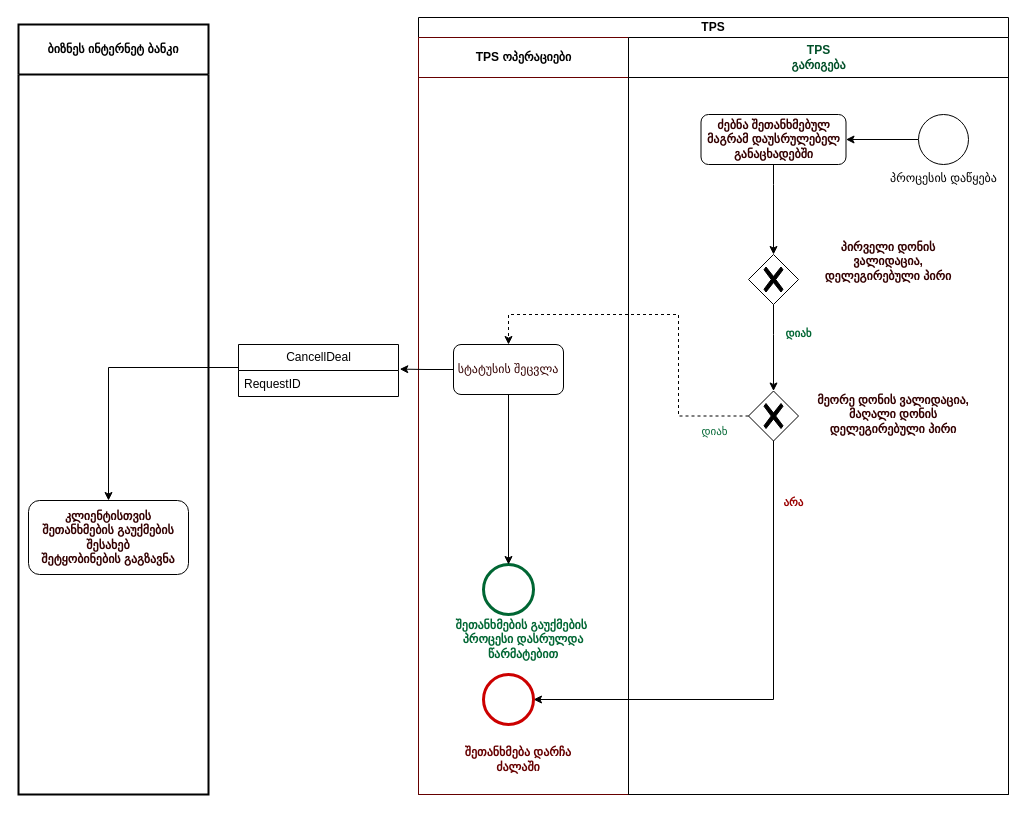
This is page "შეთანხმების გაუქმება IB" (3 of 4) of RateDealProcessDiagramB7.drawio from vaso514d/drawio, a draw.io file, before an edit. Source tidied: cells renumbered, new cells numbered last; positions are measured from the earlier drawing's top-left corner, leaving out a move shared by most shapes. Both pictures are drawn from the tidied source at 100%, with x=0, y=0 at pixel (18, 17).
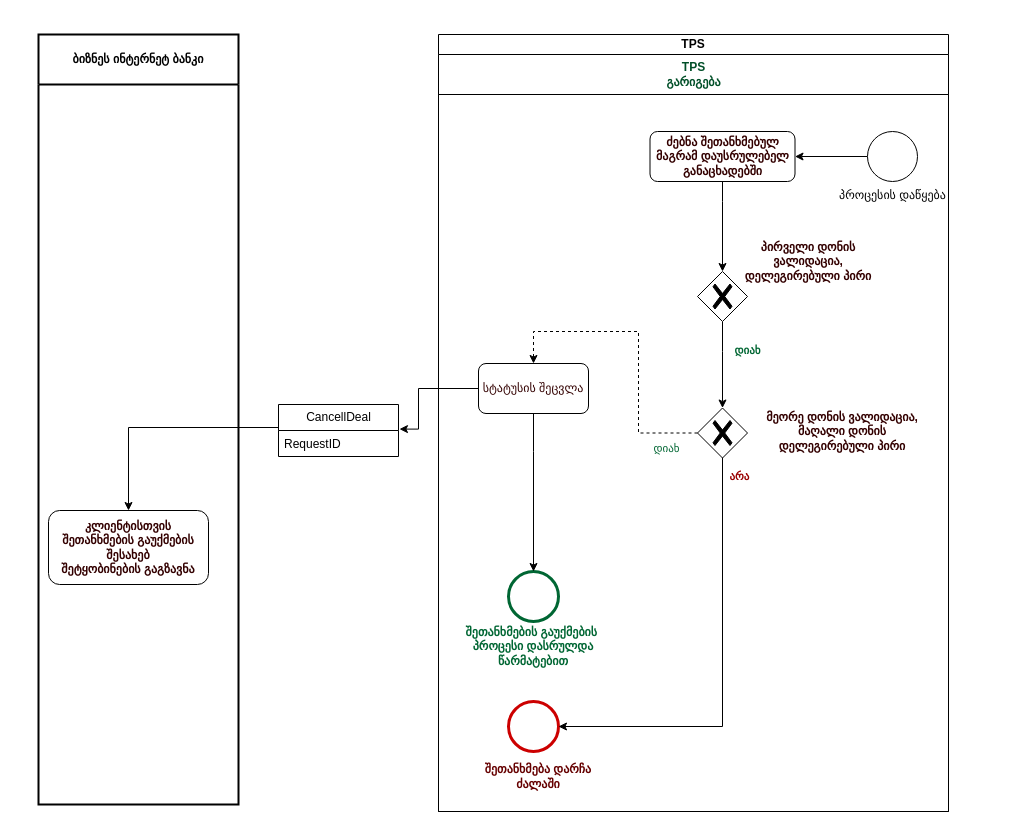
After the change.

The change refers to these unchanged cells:
```xml
<mxCell id="3" value="&lt;b style=&quot;border-color: var(--border-color);&quot;&gt;კლიენტისთვის&lt;br&gt;შეთანხმების გაუქმების&lt;br&gt;შესახებ&lt;br&gt;შეტყობინების გაგზავნა&lt;br&gt;&lt;/b&gt;" style="rounded=1;whiteSpace=wrap;html=1;labelBackgroundColor=none;fontColor=#330000;" parent="2" vertex="1">
  <mxGeometry x="10" y="476" width="160" height="74" as="geometry" />
</mxCell>
```

Change to the diagram source:
```diff
@@
     <mxCell id="2" value="&lt;b&gt;ბიზნეს ინტერნეტ ბანკი&lt;/b&gt;" style="swimlane;html=1;startSize=50;fontStyle=0;horizontal=1;swimlaneLine=1;strokeWidth=2;swimlaneFillColor=#ffffff;whiteSpace=wrap;" parent="1" vertex="1">
-      <mxGeometry y="7" width="190" height="770" as="geometry" />
+      <mxGeometry x="20" y="17" width="200" height="770" as="geometry" />
     </mxCell>
@@
     <mxCell id="4" value="TPS" style="swimlane;html=1;startSize=20;whiteSpace=wrap;" parent="1" vertex="1">
-      <mxGeometry x="400" width="590" height="777" as="geometry" />
+      <mxGeometry x="420" y="17" width="510" height="777" as="geometry" />
     </mxCell>
-    <mxCell id="5" style="edgeStyle=orthogonalEdgeStyle;rounded=0;jettySize=auto;html=1;startArrow=none;startFill=0;entryX=1;entryY=0.5;entryDx=0;entryDy=0;entryPerimeter=0;exitX=0.5;exitY=1;exitDx=0;exitDy=0;exitPerimeter=0;" parent="4" edge="1" source="15" target="8">
-      <mxGeometry relative="1" as="geometry">
-        <Array as="points">
-          <mxPoint x="355" y="682" />
-        </Array>
-      </mxGeometry>
-    </mxCell>
-    <mxCell id="6" value="არა" style="edgeLabel;html=1;align=center;verticalAlign=middle;fontColor=#990000;fontStyle=1;" parent="5" vertex="1">
-      <mxGeometry x="-0.7" y="1" relative="1" as="geometry">
-        <mxPoint x="18" y="-14" as="offset" />
-      </mxGeometry>
-    </mxCell>
-    <mxCell id="7" value="TPS ოპერაციები" style="swimlane;html=1;startSize=40;perimeterSpacing=1;strokeColor=#660000;" parent="4" vertex="1">
-      <mxGeometry y="20" width="210" height="757" as="geometry" />
-    </mxCell>
-    <mxCell id="8" style="points=[[0.145,0.145,0],[0.5,0,0],[0.855,0.145,0],[1,0.5,0],[0.855,0.855,0],[0.5,1,0],[0.145,0.855,0],[0,0.5,0]];shape=mxgraph.bpmn.event;html=1;verticalLabelPosition=bottom;labelBackgroundColor=#ffffff;verticalAlign=top;align=center;perimeter=ellipsePerimeter;outlineConnect=0;outline=end;symbol=terminate2;strokeColor=#CC0000;" parent="7" vertex="1">
-      <mxGeometry x="65" y="637" width="50" height="50" as="geometry" />
-    </mxCell>
-    <mxCell id="9" style="points=[[0.145,0.145,0],[0.5,0,0],[0.855,0.145,0],[1,0.5,0],[0.855,0.855,0],[0.5,1,0],[0.145,0.855,0],[0,0.5,0]];shape=mxgraph.bpmn.event;html=1;verticalLabelPosition=bottom;labelBackgroundColor=#ffffff;verticalAlign=top;align=center;perimeter=ellipsePerimeter;outlineConnect=0;outline=end;symbol=terminate2;fontColor=#000000;strokeColor=#006633;" parent="7" vertex="1">
-      <mxGeometry x="65" y="527" width="50" height="50" as="geometry" />
-    </mxCell>
-    <mxCell id="10" style="edgeStyle=orthogonalEdgeStyle;rounded=0;jettySize=auto;html=1;fontColor=#990000;startArrow=none;startFill=0;" parent="7" edge="1" source="11" target="9">
-      <mxGeometry relative="1" as="geometry" />
-    </mxCell>
-    <mxCell id="11" value="სტატუსის შეცვლა" style="rounded=1;whiteSpace=wrap;html=1;labelBackgroundColor=none;fontColor=#330000;fillStyle=auto;strokeWidth=1;" parent="7" vertex="1">
-      <mxGeometry x="35" y="307" width="110" height="50" as="geometry" />
-    </mxCell>
-    <mxCell id="12" value="შეთანხმების გაუქმების&amp;nbsp; პროცესი დასრულდა წარმატებით" style="text;html=1;strokeColor=none;fillColor=none;align=center;verticalAlign=middle;whiteSpace=wrap;rounded=0;fontColor=#006633;fontStyle=1;" parent="7" vertex="1">
-      <mxGeometry x="20" y="587" width="170" height="30" as="geometry" />
-    </mxCell>
-    <mxCell id="13" value="შეთანხმება დარჩა ძალაში" style="text;html=1;strokeColor=none;fillColor=none;align=center;verticalAlign=middle;whiteSpace=wrap;rounded=0;fontColor=#660000;fontStyle=1;" parent="7" vertex="1">
-      <mxGeometry x="30" y="707" width="140" height="30" as="geometry" />
-    </mxCell>
     <mxCell id="14" value="&lt;b style=&quot;border-color: var(--border-color); color: rgb(0, 79, 40);&quot;&gt;TPS&lt;br style=&quot;border-color: var(--border-color);&quot;&gt;გარიგება&lt;/b&gt;" style="swimlane;html=1;startSize=40;" parent="4" vertex="1">
-      <mxGeometry x="210" y="20" width="380" height="757" as="geometry" />
+      <mxGeometry y="20" width="510" height="757" as="geometry" />
     </mxCell>
     <mxCell id="15" style="points=[[0.25,0.25,0],[0.5,0,0],[0.75,0.25,0],[1,0.5,0],[0.75,0.75,0],[0.5,1,0],[0.25,0.75,0],[0,0.5,0]];shape=mxgraph.bpmn.gateway2;html=1;verticalLabelPosition=bottom;labelBackgroundColor=#ffffff;verticalAlign=top;align=center;perimeter=rhombusPerimeter;outlineConnect=0;outline=none;symbol=none;gwType=exclusive;" parent="14" vertex="1">
-      <mxGeometry x="120" y="353.5" width="50" height="50" as="geometry" />
+      <mxGeometry x="259" y="353.5" width="50" height="50" as="geometry" />
     </mxCell>
     <mxCell id="16" value="&lt;b&gt;ძებნა შეთანხმებულ მაგრამ დაუსრულებელ განაცხადებში&lt;/b&gt;" style="rounded=1;whiteSpace=wrap;html=1;labelBackgroundColor=none;fontColor=#330000;" parent="14" vertex="1">
-      <mxGeometry x="72.5" y="77" width="145" height="50" as="geometry" />
+      <mxGeometry x="211.5" y="77" width="145" height="50" as="geometry" />
     </mxCell>
     <mxCell id="17" value="&lt;font color=&quot;#330000&quot;&gt;მეორე დონის ვალიდაცია, მაღალი დონის&lt;br&gt;დელეგირებული პირი&lt;br&gt;&lt;/font&gt;" style="text;html=1;strokeColor=none;fillColor=none;align=center;verticalAlign=middle;whiteSpace=wrap;rounded=0;fontColor=#CC0000;fontStyle=1;" parent="14" vertex="1">
-      <mxGeometry x="180" y="350.5" width="170" height="53" as="geometry" />
+      <mxGeometry x="319" y="350.5" width="170" height="53" as="geometry" />
     </mxCell>
@@
     <mxCell id="19" value="პროცესის დაწყება" style="points=[[0.145,0.145,0],[0.5,0,0],[0.855,0.145,0],[1,0.5,0],[0.855,0.855,0],[0.5,1,0],[0.145,0.855,0],[0,0.5,0]];shape=mxgraph.bpmn.event;html=1;verticalLabelPosition=bottom;labelBackgroundColor=#ffffff;verticalAlign=top;align=center;perimeter=ellipsePerimeter;outlineConnect=0;outline=standard;symbol=general;" parent="14" vertex="1">
-      <mxGeometry x="290" y="77" width="50" height="50" as="geometry" />
+      <mxGeometry x="429" y="77" width="50" height="50" as="geometry" />
     </mxCell>
     <mxCell id="20" style="edgeStyle=elbowEdgeStyle;fontSize=12;html=1;endFill=0;startFill=1;endSize=6;startSize=6;endArrow=none;startArrow=classic;rounded=0;entryX=0.5;entryY=1;entryDx=0;entryDy=0;exitX=0.5;exitY=0;exitDx=0;exitDy=0;exitPerimeter=0;" parent="14" edge="1" source="22" target="16">
       <mxGeometry relative="1" as="geometry">
         <Array as="points">
-          <mxPoint x="145" y="147" />
-          <mxPoint x="150" y="157" />
-          <mxPoint x="90" y="130" />
-          <mxPoint x="80" y="140" />
-          <mxPoint x="100" y="160" />
-          <mxPoint x="110" y="180" />
-          <mxPoint x="110" y="140" />
-          <mxPoint x="30" y="130" />
-          <mxPoint x="10" y="130" />
-          <mxPoint x="-200" y="93" />
-          <mxPoint x="-200" y="63" />
-          <mxPoint x="-200" y="33" />
-          <mxPoint x="-210" y="3" />
-          <mxPoint x="-170" y="103" />
-          <mxPoint x="-110" y="143" />
-          <mxPoint x="-70" y="673" />
-          <mxPoint x="100" y="663" />
-          <mxPoint x="250" y="653" />
-          <mxPoint x="-340" y="583" />
-          <mxPoint x="-230" y="663" />
-          <mxPoint x="220" y="603" />
+          <mxPoint x="284" y="147" />
+          <mxPoint x="289" y="157" />
+          <mxPoint x="229" y="130" />
+          <mxPoint x="219" y="140" />
+          <mxPoint x="239" y="160" />
+          <mxPoint x="249" y="180" />
+          <mxPoint x="249" y="140" />
+          <mxPoint x="169" y="130" />
+          <mxPoint x="149" y="130" />
+          <mxPoint x="-61" y="93" />
+          <mxPoint x="-61" y="63" />
+          <mxPoint x="-61" y="33" />
+          <mxPoint x="-71" y="3" />
+          <mxPoint x="-31" y="103" />
+          <mxPoint x="29" y="143" />
+          <mxPoint x="69" y="673" />
+          <mxPoint x="239" y="663" />
+          <mxPoint x="389" y="653" />
+          <mxPoint x="-201" y="583" />
+          <mxPoint x="-91" y="663" />
+          <mxPoint x="359" y="603" />
         </Array>
       </mxGeometry>
     </mxCell>
     <mxCell id="21" value="დიახ" style="edgeStyle=orthogonalEdgeStyle;rounded=0;jettySize=auto;html=1;entryX=0.5;entryY=0;entryDx=0;entryDy=0;entryPerimeter=0;fontStyle=1;fontColor=#006633;" parent="14" edge="1" source="22" target="15">
       <mxGeometry x="-0.3" y="25" relative="1" as="geometry">
         <Array as="points">
-          <mxPoint x="145" y="297" />
-          <mxPoint x="145" y="297" />
+          <mxPoint x="284" y="297" />
+          <mxPoint x="284" y="297" />
         </Array>
         <mxPoint y="-1" as="offset" />
       </mxGeometry>
     </mxCell>
     <mxCell id="22" style="points=[[0.25,0.25,0],[0.5,0,0],[0.75,0.25,0],[1,0.5,0],[0.75,0.75,0],[0.5,1,0],[0.25,0.75,0],[0,0.5,0]];shape=mxgraph.bpmn.gateway2;html=1;verticalLabelPosition=bottom;labelBackgroundColor=#ffffff;verticalAlign=top;align=center;perimeter=rhombusPerimeter;outlineConnect=0;outline=none;symbol=none;gwType=exclusive;" parent="14" vertex="1">
-      <mxGeometry x="120" y="217" width="50" height="50" as="geometry" />
+      <mxGeometry x="259" y="217" width="50" height="50" as="geometry" />
     </mxCell>
     <mxCell id="23" value="&lt;font color=&quot;#330000&quot;&gt;პირველი დონის&lt;br&gt;ვალიდაცია, დელეგირებული პირი&lt;br&gt;&lt;/font&gt;" style="text;html=1;strokeColor=none;fillColor=none;align=center;verticalAlign=middle;whiteSpace=wrap;rounded=0;fontColor=#CC0000;fontStyle=1;" parent="14" vertex="1">
-      <mxGeometry x="180" y="197" width="160" height="53" as="geometry" />
+      <mxGeometry x="290" y="180" width="160" height="53" as="geometry" />
     </mxCell>
+    <mxCell id="8" style="points=[[0.145,0.145,0],[0.5,0,0],[0.855,0.145,0],[1,0.5,0],[0.855,0.855,0],[0.5,1,0],[0.145,0.855,0],[0,0.5,0]];shape=mxgraph.bpmn.event;html=1;verticalLabelPosition=bottom;labelBackgroundColor=#ffffff;verticalAlign=top;align=center;perimeter=ellipsePerimeter;outlineConnect=0;outline=end;symbol=terminate2;strokeColor=#CC0000;" parent="14" vertex="1">
+      <mxGeometry x="70" y="647" width="50" height="50" as="geometry" />
+    </mxCell>
+    <mxCell id="5" style="edgeStyle=orthogonalEdgeStyle;rounded=0;jettySize=auto;html=1;startArrow=none;startFill=0;entryX=1;entryY=0.5;entryDx=0;entryDy=0;entryPerimeter=0;exitX=0.5;exitY=1;exitDx=0;exitDy=0;exitPerimeter=0;" parent="14" edge="1" source="15" target="8">
+      <mxGeometry relative="1" as="geometry">
+        <Array as="points">
+          <mxPoint x="284" y="672" />
+        </Array>
+      </mxGeometry>
+    </mxCell>
+    <mxCell id="6" value="არა" style="edgeLabel;html=1;align=center;verticalAlign=middle;fontColor=#990000;fontStyle=1;" parent="5" vertex="1">
+      <mxGeometry x="-0.7" y="1" relative="1" as="geometry">
+        <mxPoint x="15" y="-47" as="offset" />
+      </mxGeometry>
+    </mxCell>
+    <mxCell id="13" value="შეთანხმება დარჩა ძალაში" style="text;html=1;strokeColor=none;fillColor=none;align=center;verticalAlign=middle;whiteSpace=wrap;rounded=0;fontColor=#660000;fontStyle=1;" parent="14" vertex="1">
+      <mxGeometry x="30" y="707" width="140" height="30" as="geometry" />
+    </mxCell>
+    <mxCell id="9" style="points=[[0.145,0.145,0],[0.5,0,0],[0.855,0.145,0],[1,0.5,0],[0.855,0.855,0],[0.5,1,0],[0.145,0.855,0],[0,0.5,0]];shape=mxgraph.bpmn.event;html=1;verticalLabelPosition=bottom;labelBackgroundColor=#ffffff;verticalAlign=top;align=center;perimeter=ellipsePerimeter;outlineConnect=0;outline=end;symbol=terminate2;fontColor=#000000;strokeColor=#006633;" parent="14" vertex="1">
+      <mxGeometry x="70" y="517" width="50" height="50" as="geometry" />
+    </mxCell>
+    <mxCell id="11" value="სტატუსის შეცვლა" style="rounded=1;whiteSpace=wrap;html=1;labelBackgroundColor=none;fontColor=#330000;fillStyle=auto;strokeWidth=1;" parent="14" vertex="1">
+      <mxGeometry x="40" y="309" width="110" height="50" as="geometry" />
+    </mxCell>
-    <mxCell id="24" style="edgeStyle=orthogonalEdgeStyle;rounded=0;jettySize=auto;html=1;fontColor=#006633;entryX=0.5;entryY=0;entryDx=0;entryDy=0;dashed=1;exitX=0;exitY=0.5;exitDx=0;exitDy=0;exitPerimeter=0;" parent="4" edge="1" source="15" target="11">
+    <mxCell id="24" style="edgeStyle=orthogonalEdgeStyle;rounded=0;jettySize=auto;html=1;fontColor=#006633;entryX=0.5;entryY=0;entryDx=0;entryDy=0;dashed=1;exitX=0;exitY=0.5;exitDx=0;exitDy=0;exitPerimeter=0;" parent="14" edge="1" source="15" target="11">
       <mxGeometry relative="1" as="geometry">
         <Array as="points">
-          <mxPoint x="260" y="399" />
-          <mxPoint x="260" y="297" />
-          <mxPoint x="90" y="297" />
+          <mxPoint x="200" y="379" />
+          <mxPoint x="200" y="277" />
+          <mxPoint x="95" y="277" />
         </Array>
       </mxGeometry>
     </mxCell>
@@
+    <mxCell id="10" style="edgeStyle=orthogonalEdgeStyle;rounded=0;jettySize=auto;html=1;fontColor=#990000;startArrow=none;startFill=0;" parent="14" edge="1" source="11" target="9">
+      <mxGeometry relative="1" as="geometry">
+        <Array as="points">
+          <mxPoint x="95" y="397" />
+          <mxPoint x="95" y="397" />
+        </Array>
+      </mxGeometry>
+    </mxCell>
+    <mxCell id="12" value="შეთანხმების გაუქმების&amp;nbsp; პროცესი დასრულდა წარმატებით" style="text;html=1;strokeColor=none;fillColor=none;align=center;verticalAlign=middle;whiteSpace=wrap;rounded=0;fontColor=#006633;fontStyle=1;" parent="14" vertex="1">
+      <mxGeometry x="10" y="577" width="170" height="30" as="geometry" />
+    </mxCell>
     <mxCell id="26" value="CancellDeal" style="swimlane;fontStyle=0;horizontal=1;startSize=26;fillColor=none;html=1;fontColor=#000000;" parent="1" vertex="1">
-      <mxGeometry x="220" y="327" width="160" height="52" as="geometry" />
+      <mxGeometry x="260" y="387" width="120" height="52" as="geometry" />
     </mxCell>
     <mxCell id="27" value="RequestID" style="text;strokeColor=none;fillColor=none;align=left;verticalAlign=top;spacingLeft=4;spacingRight=4;overflow=hidden;points=[[0,0.5],[1,0.5]];portConstraint=eastwest;whiteSpace=wrap;html=1;fontColor=#000000;" parent="26" vertex="1">
-      <mxGeometry y="26" width="160" height="26" as="geometry" />
+      <mxGeometry y="26" width="120" height="26" as="geometry" />
     </mxCell>
     <mxCell id="28" style="edgeStyle=orthogonalEdgeStyle;rounded=0;jettySize=auto;html=1;exitX=-0.003;exitY=-0.115;exitDx=0;exitDy=0;entryX=0.5;entryY=0;entryDx=0;entryDy=0;exitPerimeter=0;" parent="1" edge="1" source="27" target="3">
       <mxGeometry relative="1" as="geometry">
         <Array as="points">
-          <mxPoint x="90" y="350" />
+          <mxPoint x="110" y="410" />
         </Array>
       </mxGeometry>
     </mxCell>
-    <mxCell id="29" style="edgeStyle=orthogonalEdgeStyle;rounded=0;jettySize=auto;html=1;entryX=1.008;entryY=-0.054;entryDx=0;entryDy=0;entryPerimeter=0;fontColor=#990000;startArrow=none;startFill=0;endArrow=classic;endFill=1;" parent="1" edge="1" source="11" target="27">
-      <mxGeometry relative="1" as="geometry" />
+    <mxCell id="29" style="edgeStyle=orthogonalEdgeStyle;rounded=0;jettySize=auto;html=1;entryX=1.008;entryY=-0.054;entryDx=0;entryDy=0;entryPerimeter=0;fontColor=#990000;startArrow=none;startFill=0;endArrow=classic;endFill=1;exitX=0;exitY=0.5;exitDx=0;exitDy=0;" parent="1" edge="1" source="11" target="27">
+      <mxGeometry relative="1" as="geometry">
+        <Array as="points">
+          <mxPoint x="400" y="371" />
+          <mxPoint x="400" y="412" />
+        </Array>
+      </mxGeometry>
     </mxCell>
```
